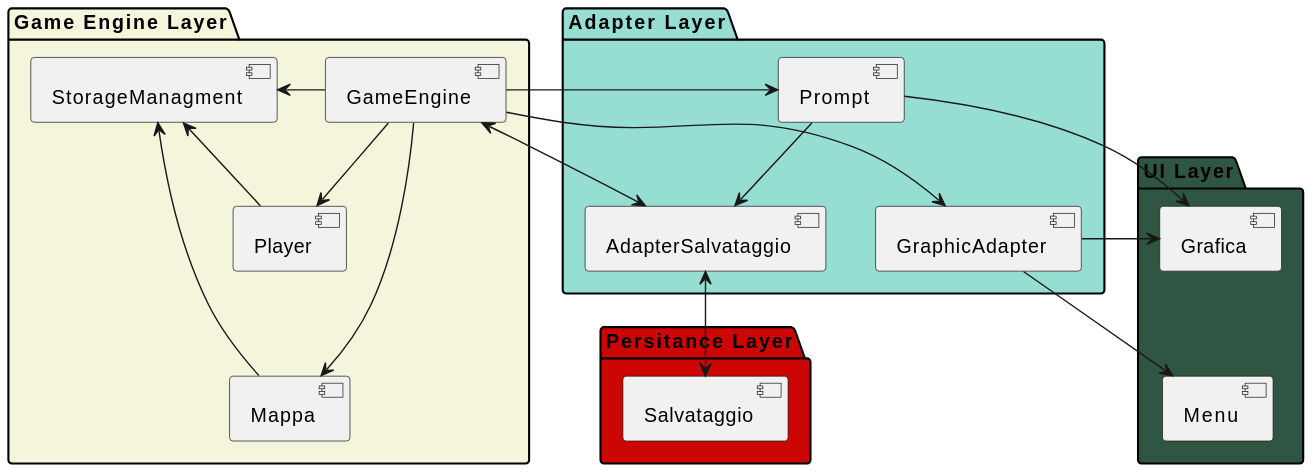
PdP03/ACMD keeps this PlantUML diagram as DiagrammiUML/LayerDiagram.svg. Above is the earlier version.
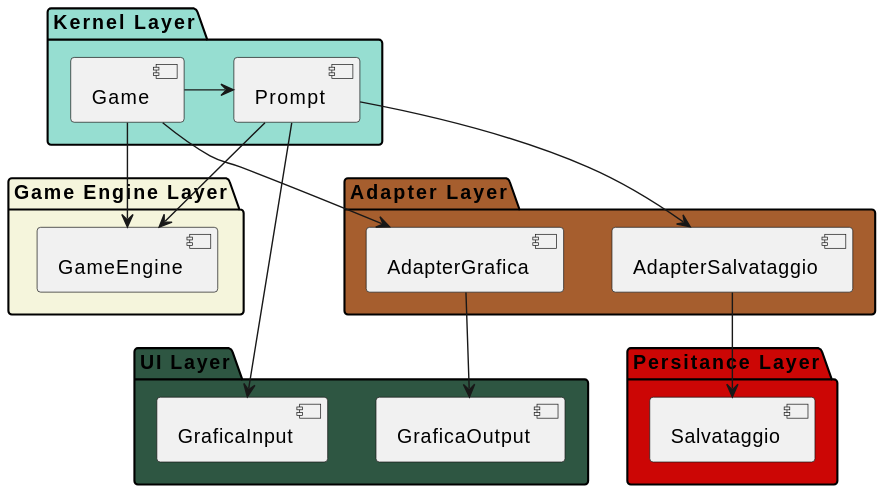
The same diagram one commit later.

The edit, as a diff of the source:
```diff
@@ -1,39 +1,35 @@
 @startuml
 package "UI Layer" #2e5642{
-  [Grafica]
-  [Menu]
-  [Grafica] --[hidden]> [Menu]
+  [GraficaInput]
+  [GraficaOutput]
 }
+
 package "Game Engine Layer" #f5f5dc{
-  [Player]
-  [Mappa]
+
   [GameEngine]
-  [StorageManagment]
 }
-[GameEngine]-->[Mappa]
-[GameEngine]-->[Player]
-[StorageManagment] <-- [Player]
-[StorageManagment] <-- [Mappa]
-[GameEngine] -> [StorageManagment]
-[Player] --[hidden]> [Mappa]
 
-package "Adapter Layer" #96ded1{
+package "Kernel Layer" #96ded1{
   [Prompt]
-  [GraphicAdapter]
-  [AdapterSalvataggio]
-  [Prompt] --[hidden]> [GraphicAdapter]
-  [AdapterSalvataggio] -[hidden]> [GraphicAdapter]
+  [Game]
 }
-[Prompt] -> [Grafica]
-[GameEngine] --> [Prompt]
-[GameEngine] --> [GraphicAdapter]
-[Prompt] -> [AdapterSalvataggio]
-[GraphicAdapter] -> [Grafica]
-[GraphicAdapter] -> [Menu]
+[Game] -> [Prompt]
+[Game] --> [GameEngine]
+[Prompt] -> [GameEngine]
+[Prompt] --> [GraficaInput]
+
 
 package "Persitance Layer" #cc0605 {
   [Salvataggio]
 }
-[AdapterSalvataggio] <--> [Salvataggio]
-[AdapterSalvataggio] <--> [GameEngine]
+
+package "Adapter Layer" #a65e2e{
+  [AdapterGrafica]
+  [AdapterSalvataggio]
+}
+[Prompt] --> [AdapterSalvataggio]
+[AdapterSalvataggio] --> [Salvataggio]
+[AdapterGrafica] --> [GraficaOutput]
+
+[Game] --> [AdapterGrafica]
 @enduml
```
